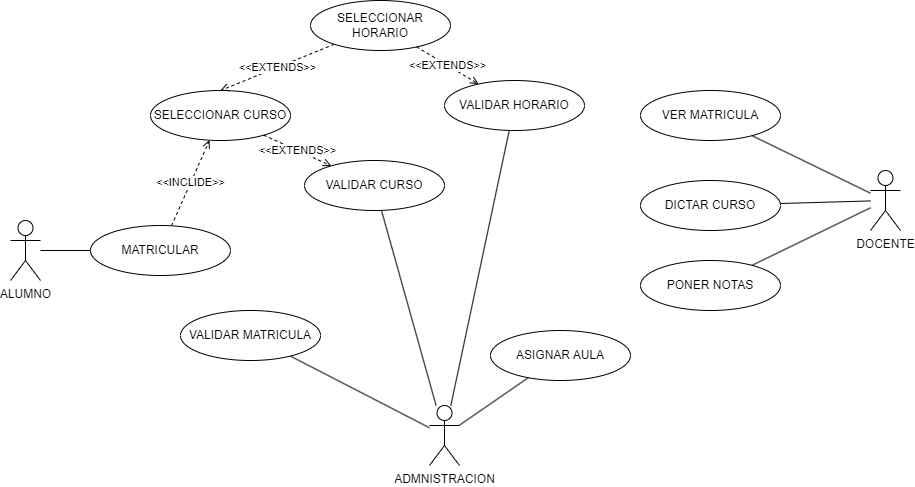
Before: Modelos/CASOSdeUSO.drawio.png, a diagram exported from draw.io (ArcZLeo/ModelosEstructurales). Source tidied: cells renumbered, new cells last; positions are measured from the earlier drawing's top-left corner, leaving out a move shared by most shapes.
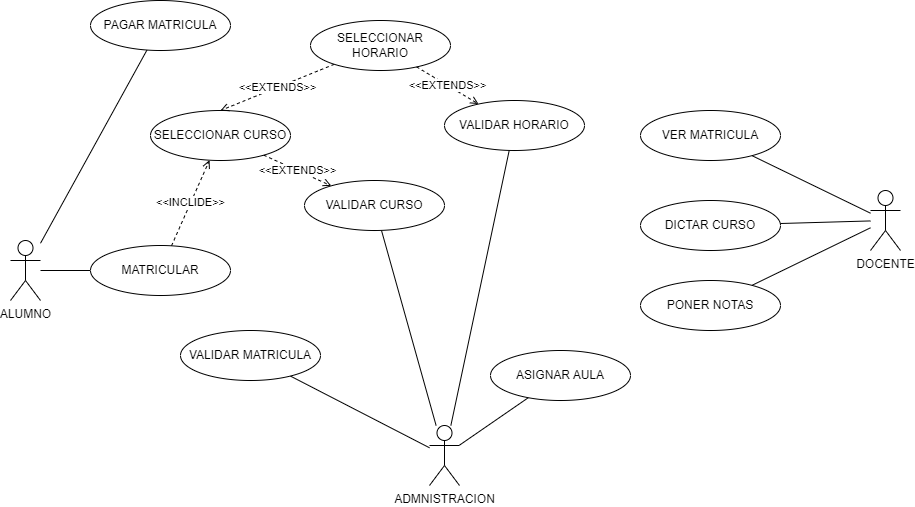
The same file after the commit.

What changed in the source:
```diff
@@ -5,6 +5,9 @@
     <mxCell id="2" style="rounded=0;jettySize=auto;html=1;endArrow=none;endFill=0;" parent="1" edge="1" source="3" target="14">
       <mxGeometry relative="1" as="geometry" />
     </mxCell>
+    <mxCell id="27" style="rounded=0;jettySize=auto;html=1;endArrow=none;endFill=0;" parent="1" edge="1" source="3" target="28">
+      <mxGeometry relative="1" as="geometry" />
+    </mxCell>
     <mxCell id="3" value="ALUMNO" style="shape=umlActor;verticalLabelPosition=bottom;verticalAlign=top;html=1;outlineConnect=0;" parent="1" vertex="1">
       <mxGeometry y="220" width="30" height="60" as="geometry" />
     </mxCell>
@@ -77,5 +80,8 @@
     <mxCell id="26" value="&amp;lt;&amp;lt;EXTENDS&amp;gt;&amp;gt;" style="edgeStyle=none;rounded=0;jettySize=auto;html=1;dashed=1;endArrow=open;endFill=0;" parent="1" edge="1" source="20" target="24">
       <mxGeometry relative="1" as="geometry" />
     </mxCell>
+    <mxCell id="28" value="PAGAR MATRICULA" style="ellipse;whiteSpace=wrap;html=1;" parent="1" vertex="1">
+      <mxGeometry x="80" y="-20" width="140" height="50" as="geometry" />
+    </mxCell>
   </root>
 </mxGraphModel>
```
